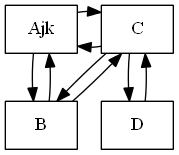
This is Matriz.png from Milton-Rodriguez/Lab_EDD_201807435, a Graphviz export, as it was before one commit. Its source is kept beside it as Matriz.dot.
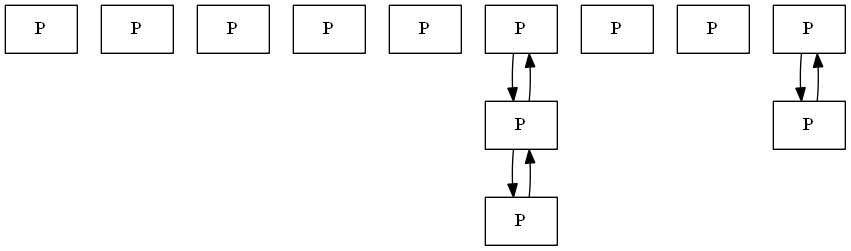
After the change.

Diff of the diagram source:
```diff
@@ -1,17 +1,33 @@
 digraph G {
 node [shape=box];
-A[label=Ajk]
-B[label=B]
-C[label=C]
-D[label=D]
-A->B
-B->A
-B->C
-C->B
-C->D
-D->C
-C->A
-A->C
-{rank = same; A; C;
-}{rank = same; B; D;
-}}
+O0108C550[label=Objeto]
+O0108C550[label=P]
+O01085B20[label=Objeto]
+O01085B20[label=P]
+O01085A98[label=Objeto]
+O01085A98[label=P]
+O01076670[label=Objeto]
+O01076670[label=P]
+O010814C0[label=Objeto]
+O010814C0[label=P]
+O0108C828[label=Objeto]
+O0108C828[label=P]
+O0108C828->O0108C7A0
+O0108C7A0->O0108C828
+O0108C7A0[label=Objeto]
+O0108C7A0[label=P]
+O0108C7A0->O0108C678
+O0108C678->O0108C7A0
+O0108C678[label=Objeto]
+O0108C678[label=P]
+O0108C8B0[label=Objeto]
+O0108C8B0[label=P]
+O0108CC28[label=Objeto]
+O0108CC28[label=P]
+O0108CBA0[label=Objeto]
+O0108CBA0[label=P]
+O0108CBA0->O0108C9D8
+O0108C9D8->O0108CBA0
+O0108C9D8[label=Objeto]
+O0108C9D8[label=P]
+}
```
